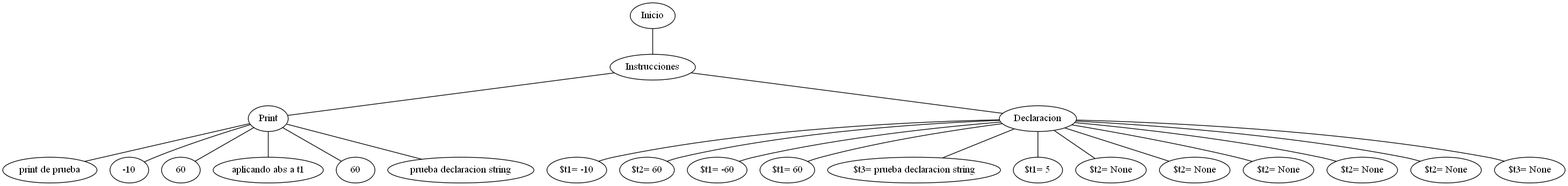
The Graphviz diagram src/graph.png in PabloOsuna1997/Proyecto_Augus, before a commit. Its source is kept beside it as src/graph.dot.
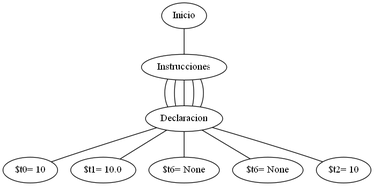
Above is the later version.

Change to the diagram source:
```diff
@@ -2,44 +2,24 @@
 n000 [label="Inicio"] ;
 n000 -- n001;
 n001 [label="Instrucciones"] ;
-n001 -- n002;
-n002 [label="Print"] ;
 n001 -- n003;
 n003 [label="Declaracion"] ;
-n002 -- n004;
-n004 [label="print de prueba"] ;
+n003 -- n004;
+n004 [label="$t0= 10"] ;
+n001 -- n003;
+n003 [label="Declaracion"] ;
 n003 -- n005;
-n005 [label="$t1= -10"] ;
+n005 [label="$t1= 10.0"] ;
+n001 -- n003;
+n003 [label="Declaracion"] ;
 n003 -- n006;
-n006 [label="$t2= 60"] ;
-n002 -- n007;
-n007 [label="-10"] ;
-n002 -- n008;
-n008 [label="60"] ;
-n003 -- n009;
-n009 [label="$t1= -60"] ;
-n003 -- n0010;
-n0010 [label="$t1= 60"] ;
-n002 -- n0011;
-n0011 [label="aplicando abs a t1"] ;
-n002 -- n0012;
-n0012 [label="60"] ;
-n003 -- n0013;
-n0013 [label="$t3= prueba declaracion string"] ;
-n002 -- n0014;
-n0014 [label="prueba declaracion string"] ;
-n003 -- n0015;
-n0015 [label="$t1= 5"] ;
-n003 -- n0016;
-n0016 [label="$t2= None"] ;
-n003 -- n0017;
-n0017 [label="$t2= None"] ;
-n003 -- n0018;
-n0018 [label="$t2= None"] ;
-n003 -- n0019;
-n0019 [label="$t2= None"] ;
-n003 -- n0020;
-n0020 [label="$t2= None"] ;
-n003 -- n0021;
-n0021 [label="$t3= None"] ;
+n006 [label="$t6= None"] ;
+n001 -- n003;
+n003 [label="Declaracion"] ;
+n003 -- n007;
+n007 [label="$t6= None"] ;
+n001 -- n003;
+n003 [label="Declaracion"] ;
+n003 -- n008;
+n008 [label="$t2= 10"] ;
 }
```
